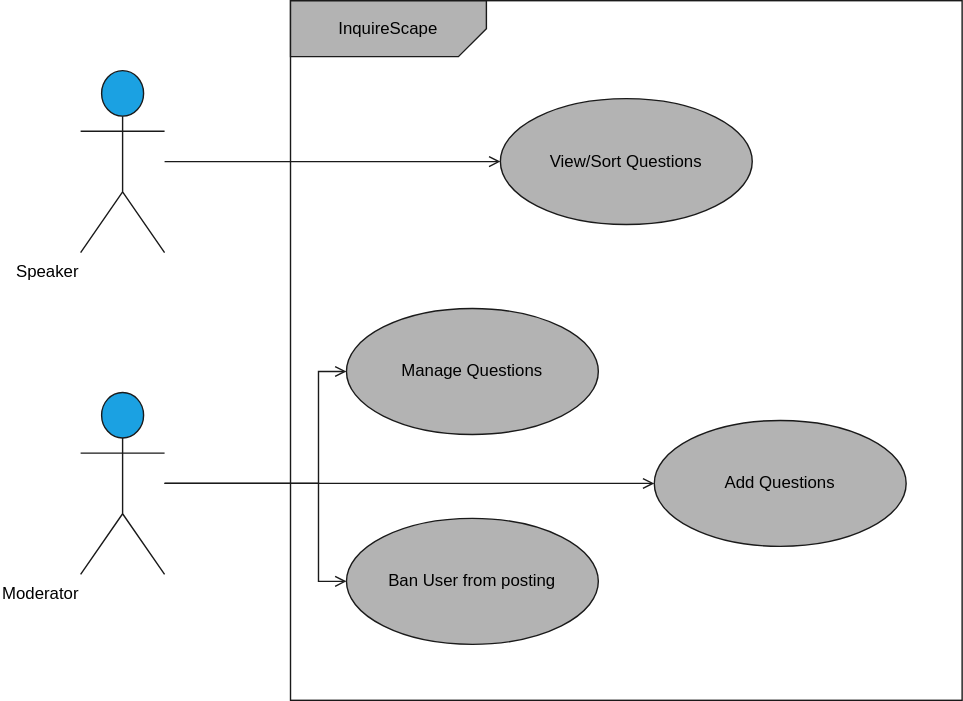
Before: docs/use_cases.svg, a diagram exported from draw.io (FEUP-ESOF-2020-21/open-cx-t1g4-gof). Source tidied: cells renumbered, new cells last; positions are measured from the earlier drawing's top-left corner, leaving out a move shared by most shapes. Source of this version:
```xml
<mxGraphModel background="#ffffff">
  <root>
    <mxCell id="0" />
    <mxCell id="1" parent="0" />
    <mxCell id="2" style="rounded=0;whiteSpace=wrap;html=1;fontColor=#000000;fillColor=none;strokeColor=#1A1A1A;" parent="1" vertex="1">
      <mxGeometry x="150" width="480" height="500" as="geometry" />
    </mxCell>
    <mxCell id="3" value="InquireScape" style="shape=card;whiteSpace=wrap;html=1;direction=north;rotation=0;flipH=1;size=20;fontColor=#000000;strokeColor=#1A1A1A;fillColor=#B3B3B3;" parent="1" vertex="1">
      <mxGeometry x="150" width="140" height="40" as="geometry" />
    </mxCell>
    <mxCell id="4" style="edgeStyle=orthogonalEdgeStyle;rounded=0;jettySize=auto;html=1;endArrow=open;endFill=0;entryX=0;entryY=0.5;entryDx=0;entryDy=0;fontColor=#000000;strokeColor=#1A1A1A;" parent="1" edge="1" source="5" target="9">
      <mxGeometry relative="1" as="geometry" />
    </mxCell>
    <mxCell id="5" value="&lt;font&gt;Speaker&lt;/font&gt;" style="shape=umlActor;verticalLabelPosition=bottom;verticalAlign=top;html=1;outlineConnect=0;labelPosition=left;align=right;fillColor=#1ba1e2;fontColor=#000000;strokeColor=#1A1A1A;" parent="1" vertex="1">
      <mxGeometry y="50" width="60" height="130" as="geometry" />
    </mxCell>
    <mxCell id="6" style="edgeStyle=orthogonalEdgeStyle;rounded=0;jettySize=auto;html=1;endArrow=open;endFill=0;entryX=0;entryY=0.5;entryDx=0;entryDy=0;fontColor=#000000;strokeColor=#1A1A1A;" parent="1" edge="1" source="8" target="12">
      <mxGeometry relative="1" as="geometry">
        <Array as="points">
          <mxPoint x="170" y="345" />
          <mxPoint x="170" y="265" />
        </Array>
      </mxGeometry>
    </mxCell>
    <mxCell id="7" style="edgeStyle=orthogonalEdgeStyle;rounded=0;jettySize=auto;html=1;endArrow=open;endFill=0;entryX=0;entryY=0.5;entryDx=0;entryDy=0;fontColor=#000000;strokeColor=#1A1A1A;" parent="1" edge="1" source="8" target="11">
      <mxGeometry relative="1" as="geometry" />
    </mxCell>
    <mxCell id="8" value="&lt;font&gt;Moderator&lt;/font&gt;" style="shape=umlActor;verticalLabelPosition=bottom;verticalAlign=top;html=1;outlineConnect=0;labelPosition=left;align=right;fillColor=#1ba1e2;fontColor=#000000;strokeColor=#1A1A1A;" parent="1" vertex="1">
      <mxGeometry y="280" width="60" height="130" as="geometry" />
    </mxCell>
    <mxCell id="9" value="View/Sort Questions" style="ellipse;whiteSpace=wrap;html=1;fontColor=#000000;strokeColor=#1A1A1A;fillColor=#B3B3B3;" parent="1" vertex="1">
      <mxGeometry x="300" y="70" width="180" height="90" as="geometry" />
    </mxCell>
    <mxCell id="10" value="Ban User from posting" style="ellipse;whiteSpace=wrap;html=1;fontColor=#000000;strokeColor=#1A1A1A;fillColor=#B3B3B3;" parent="1" vertex="1">
      <mxGeometry x="190" y="370" width="180" height="90" as="geometry" />
    </mxCell>
    <mxCell id="11" value="Add Questions" style="ellipse;whiteSpace=wrap;html=1;fontColor=#000000;strokeColor=#1A1A1A;fillColor=#B3B3B3;" parent="1" vertex="1">
      <mxGeometry x="410" y="300" width="180" height="90" as="geometry" />
    </mxCell>
    <mxCell id="12" value="Manage Questions" style="ellipse;whiteSpace=wrap;html=1;fontColor=#000000;strokeColor=#1A1A1A;fillColor=#B3B3B3;" parent="1" vertex="1">
      <mxGeometry x="190" y="220" width="180" height="90" as="geometry" />
    </mxCell>
    <mxCell id="13" style="edgeStyle=orthogonalEdgeStyle;rounded=0;jettySize=auto;html=1;endArrow=open;endFill=0;entryX=0;entryY=0.5;entryDx=0;entryDy=0;fontColor=#000000;strokeColor=#1A1A1A;" parent="1" edge="1" source="8" target="10">
      <mxGeometry relative="1" as="geometry">
        <Array as="points">
          <mxPoint x="170" y="345" />
          <mxPoint x="170" y="415" />
        </Array>
      </mxGeometry>
    </mxCell>
  </root>
</mxGraphModel>
```
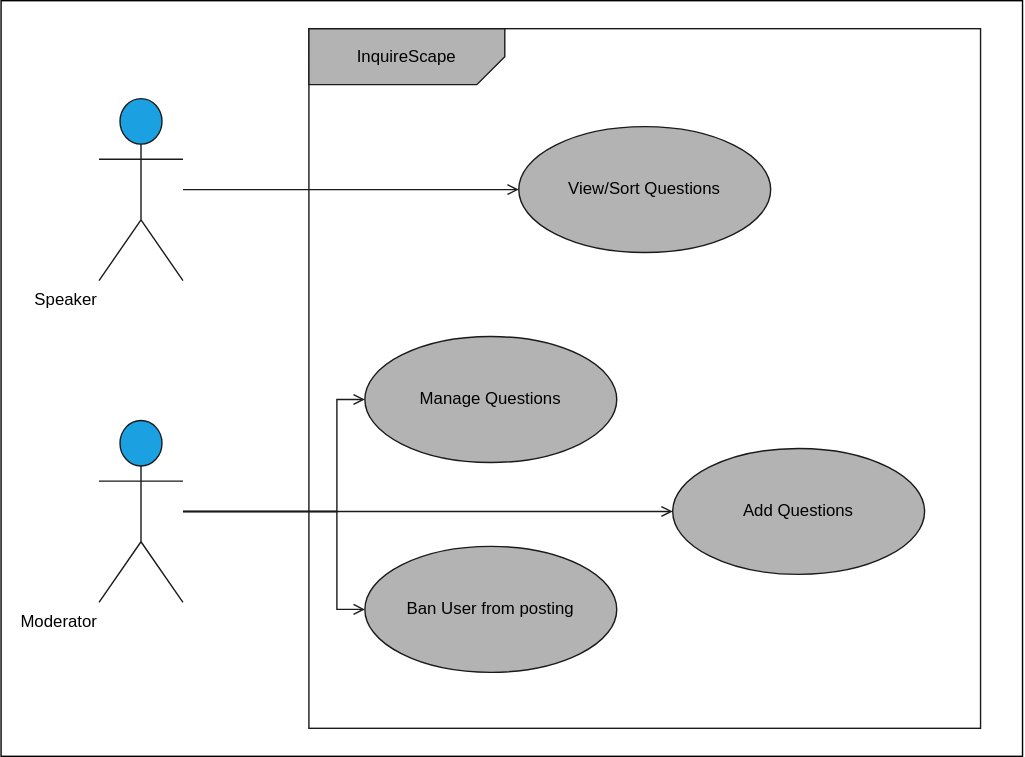
The same diagram one commit later.

Commit message:
Fixed (?) use_cases diagram background

Diff of the diagram source:
```diff
@@ -1,7 +1,10 @@
-<mxGraphModel background="#ffffff">
+<mxGraphModel>
   <root>
     <mxCell id="0" />
     <mxCell id="1" parent="0" />
+    <mxCell id="14" style="rounded=0;whiteSpace=wrap;html=1;" parent="1" vertex="1">
+      <mxGeometry x="-70" y="-20" width="730" height="540" as="geometry" />
+    </mxCell>
     <mxCell id="2" style="rounded=0;whiteSpace=wrap;html=1;fontColor=#000000;fillColor=none;strokeColor=#1A1A1A;" parent="1" vertex="1">
       <mxGeometry x="150" width="480" height="500" as="geometry" />
     </mxCell>
```
